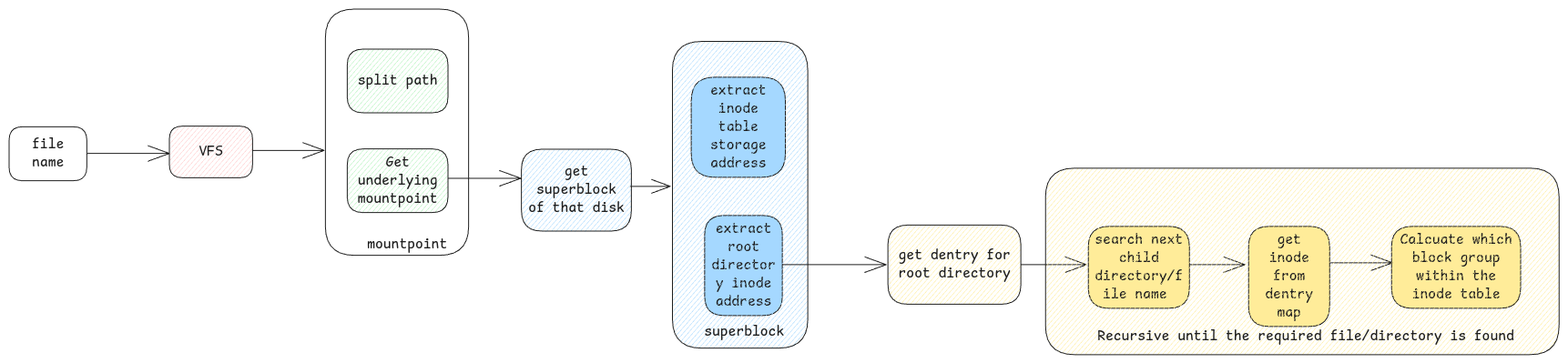
Above: static/img/file-finding-process.excalidraw.png in swaroopar/inprogress-engineer (Excalidraw), before the change. Source tidied: one line per element, renumbered; positions are measured from the earlier drawing's top-left corner, leaving out a move shared by most shapes.
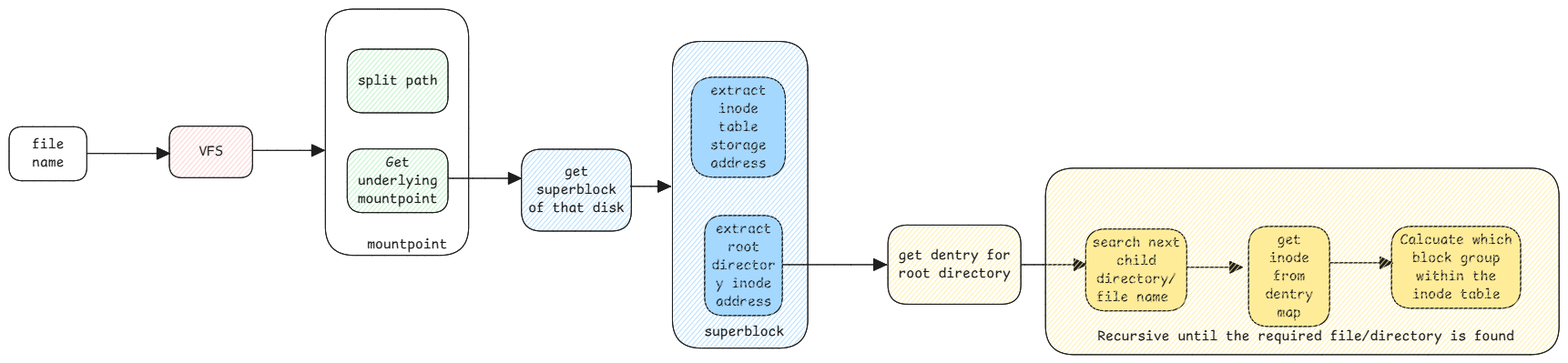
Above is the later version.

The edit, as a diff of the source:
```diff
@@ -1,15 +1,15 @@
 {"id": 0, "type": "rectangle", "strokeColor": "#1e1e1e", "strokeWidth": 1, "roughness": 0, "round": true, "x": 0, "y": 129, "width": 85, "height": 59}
 {"id": 1, "type": "text", "text": "file\nname", "strokeColor": "#1e1e1e", "strokeWidth": 1, "roughness": 1, "fontSize": 16, "fontFamily": 8, "textAlign": "center", "verticalAlign": "middle", "inside": 0, "x": 25, "y": 139, "width": 35, "height": 40}
-{"id": 2, "type": "arrow", "strokeColor": "#1e1e1e", "strokeWidth": 1, "roughness": 0, "endArrowhead": "arrow", "round": true, "x": 85, "y": 159, "width": 91, "height": 0, "points": [[0, 0], [91, 0]]}
+{"id": 2, "type": "arrow", "strokeColor": "#1e1e1e", "strokeWidth": 1, "roughness": 0, "endArrowhead": "triangle", "round": true, "x": 85, "y": 159, "width": 91, "height": 0, "points": [[0, 0], [91, 0]]}
 {"id": 3, "type": "rectangle", "strokeColor": "#1e1e1e", "backgroundColor": "#ffc9c9", "fillStyle": "hachure", "strokeWidth": 1, "roughness": 0, "round": true, "x": 176, "y": 129, "width": 91, "height": 57}
 {"id": 4, "type": "text", "text": "VFS", "strokeColor": "#1e1e1e", "strokeWidth": 1, "roughness": 0, "fontSize": 16, "fontFamily": 8, "textAlign": "center", "verticalAlign": "middle", "inside": 3, "x": 208, "y": 147, "width": 26, "height": 20}
-{"id": 5, "type": "arrow", "strokeColor": "#1e1e1e", "strokeWidth": 1, "roughness": 0, "endArrowhead": "arrow", "round": true, "x": 268, "y": 155, "width": 78, "height": 0, "points": [[0, 0], [78, 0]]}
+{"id": 5, "type": "arrow", "strokeColor": "#1e1e1e", "strokeWidth": 1, "roughness": 0, "endArrowhead": "triangle", "round": true, "x": 268, "y": 155, "width": 78, "height": 0, "points": [[0, 0], [78, 0]]}
 {"id": 6, "type": "rectangle", "strokeColor": "#1e1e1e", "backgroundColor": "#b2f2bb", "fillStyle": "hachure", "strokeWidth": 1, "roughness": 0, "round": true, "x": 371, "y": 44, "width": 111, "height": 70}
 {"id": 7, "type": "text", "text": "split path", "strokeColor": "#1e1e1e", "strokeWidth": 1, "roughness": 0, "fontSize": 16, "fontFamily": 8, "textAlign": "center", "verticalAlign": "middle", "inside": 6, "x": 383, "y": 69, "width": 88, "height": 20}
 {"id": 8, "type": "rectangle", "strokeColor": "#1e1e1e", "backgroundColor": "#b2f2bb", "fillStyle": "hachure", "strokeWidth": 1, "roughness": 0, "round": true, "x": 371, "y": 154, "width": 111, "height": 70}
 {"id": 9, "type": "text", "text": "Get\nunderlying\nmountpoint", "strokeColor": "#1e1e1e", "strokeWidth": 1, "roughness": 0, "fontSize": 16, "fontFamily": 8, "textAlign": "center", "verticalAlign": "middle", "inside": 8, "x": 383, "y": 159, "width": 88, "height": 60}
 {"id": 10, "type": "rectangle", "strokeColor": "#1e1e1e", "strokeWidth": 1, "roughness": 0, "round": true, "x": 347, "y": 0, "width": 157, "height": 271}
-{"id": 11, "type": "arrow", "strokeColor": "#1e1e1e", "strokeWidth": 1, "roughness": 0, "endArrowhead": "arrow", "round": true, "to": 12, "x": 483, "y": 186, "width": 79, "height": 0, "points": [[0, 0], [79, 0]]}
+{"id": 11, "type": "arrow", "strokeColor": "#1e1e1e", "strokeWidth": 1, "roughness": 0, "endArrowhead": "triangle", "round": true, "to": 12, "x": 483, "y": 186, "width": 79, "height": 0, "points": [[0, 0], [79, 0]]}
 {"id": 12, "type": "rectangle", "strokeColor": "#1e1e1e", "backgroundColor": "#a5d8ff", "fillStyle": "hachure", "strokeWidth": 1, "roughness": 0, "round": true, "x": 563, "y": 154, "width": 121, "height": 90}
 {"id": 13, "type": "text", "text": "get\nsuperblock\nof that disk", "strokeColor": "#1e1e1e", "strokeWidth": 1, "roughness": 0, "fontSize": 16, "fontFamily": 8, "textAlign": "center", "verticalAlign": "middle", "inside": 12, "x": 570, "y": 169, "width": 106, "height": 60}
 {"id": 14, "type": "rectangle", "strokeColor": "#1e1e1e", "backgroundColor": "#a5d8ff", "fillStyle": "solid", "strokeWidth": 1, "roughness": 0, "round": true, "x": 749, "y": 75, "width": 103, "height": 110}
@@ -17,20 +17,20 @@
 {"id": 16, "type": "rectangle", "strokeColor": "#1e1e1e", "backgroundColor": "#a5d8ff", "fillStyle": "solid", "strokeWidth": 1, "roughness": 0, "round": true, "x": 764, "y": 227, "width": 85, "height": 110}
 {"id": 17, "type": "text", "text": "extract\nroot\ndirector\ny inode\naddress", "strokeColor": "#1e1e1e", "strokeWidth": 1, "roughness": 0, "fontSize": 16, "fontFamily": 8, "textAlign": "center", "verticalAlign": "middle", "inside": 16, "x": 771, "y": 232, "width": 70, "height": 100}
 {"id": 18, "type": "rectangle", "strokeColor": "#1e1e1e", "backgroundColor": "#a5d8ff", "fillStyle": "hachure", "strokeWidth": 1, "roughness": 0, "round": true, "x": 728, "y": 36, "width": 149, "height": 337}
-{"id": 19, "type": "arrow", "strokeColor": "#1e1e1e", "strokeWidth": 1, "roughness": 0, "endArrowhead": "arrow", "round": true, "x": 849, "y": 281, "width": 114, "height": 0, "points": [[0, 0], [114, 0]]}
+{"id": 19, "type": "arrow", "strokeColor": "#1e1e1e", "strokeWidth": 1, "roughness": 0, "endArrowhead": "triangle", "round": true, "x": 849, "y": 281, "width": 114, "height": 0, "points": [[0, 0], [114, 0]]}
 {"id": 20, "type": "rectangle", "strokeColor": "#1e1e1e", "backgroundColor": "#ffec99", "fillStyle": "solid", "strokeWidth": 1, "roughness": 0, "round": true, "x": 1518, "y": 239, "width": 142, "height": 90}
 {"id": 21, "type": "text", "text": "Calcuate which\nblock group\nwithin the\ninode table", "strokeColor": "#1e1e1e", "strokeWidth": 1, "roughness": 0, "fontSize": 16, "fontFamily": 8, "textAlign": "center", "verticalAlign": "middle", "inside": 20, "x": 1527, "y": 244, "width": 123, "height": 80}
 {"id": 22, "type": "rectangle", "strokeColor": "#1e1e1e", "backgroundColor": "#ffec99", "fillStyle": "hachure", "strokeWidth": 1, "roughness": 0, "round": true, "x": 965, "y": 237, "width": 146, "height": 87}
 {"id": 23, "type": "text", "text": "get dentry for\nroot directory", "strokeColor": "#1e1e1e", "strokeWidth": 1, "roughness": 0, "fontSize": 16, "fontFamily": 8, "textAlign": "center", "verticalAlign": "middle", "inside": 22, "x": 977, "y": 261, "width": 123, "height": 40}
-{"id": 24, "type": "arrow", "strokeColor": "#1e1e1e", "strokeWidth": 1, "roughness": 0, "endArrowhead": "arrow", "round": true, "x": 1111, "y": 281, "width": 72, "height": 0, "points": [[0, 0], [72, 0]]}
+{"id": 24, "type": "arrow", "strokeColor": "#1e1e1e", "strokeWidth": 1, "roughness": 0, "endArrowhead": "triangle", "round": true, "x": 1111, "y": 281, "width": 72, "height": 0, "points": [[0, 0], [72, 0]]}
-{"id": 25, "type": "rectangle", "strokeColor": "#1e1e1e", "backgroundColor": "#ffec99", "fillStyle": "solid", "strokeWidth": 1, "roughness": 0, "round": true, "x": 1185, "y": 239, "width": 111, "height": 90}
+{"id": 25, "type": "rectangle", "strokeColor": "#1e1e1e", "backgroundColor": "#ffec99", "fillStyle": "solid", "strokeWidth": 1, "roughness": 0, "round": true, "x": 1182, "y": 242, "width": 111, "height": 90}
-{"id": 26, "type": "text", "text": "search next\nchild\ndirectory/f\nile name ", "strokeColor": "#1e1e1e", "strokeWidth": 1, "roughness": 0, "fontSize": 16, "fontFamily": 8, "textAlign": "center", "verticalAlign": "middle", "inside": 25, "x": 1192, "y": 244, "width": 97, "height": 80}
+{"id": 26, "type": "text", "text": "search next\nchild\ndirectory/\nfile name ", "strokeColor": "#1e1e1e", "strokeWidth": 1, "roughness": 0, "fontSize": 16, "fontFamily": 8, "textAlign": "center", "verticalAlign": "middle", "inside": 25, "x": 1189, "y": 247, "width": 97, "height": 80}
-{"id": 27, "type": "arrow", "strokeColor": "#1e1e1e", "backgroundColor": "#ffec99", "fillStyle": "solid", "strokeWidth": 1, "roughness": 0, "endArrowhead": "arrow", "round": true, "x": 1296, "y": 281, "width": 61, "height": 0, "points": [[0, 0], [61, 0]]}
+{"id": 27, "type": "arrow", "strokeColor": "#1e1e1e", "backgroundColor": "#ffec99", "fillStyle": "solid", "strokeWidth": 1, "roughness": 0, "endArrowhead": "triangle", "round": true, "x": 1293, "y": 284, "width": 61, "height": 0, "points": [[0, 0], [61, 0]]}
 {"id": 28, "type": "rectangle", "strokeColor": "#1e1e1e", "backgroundColor": "#ffec99", "fillStyle": "solid", "strokeWidth": 1, "roughness": 0, "round": true, "x": 1361, "y": 239, "width": 89, "height": 110}
 {"id": 29, "type": "text", "text": "get\ninode\nfrom\ndentry\nmap", "strokeColor": "#1e1e1e", "strokeWidth": 1, "roughness": 0, "fontSize": 16, "fontFamily": 8, "textAlign": "center", "verticalAlign": "middle", "inside": 28, "x": 1379, "y": 244, "width": 53, "height": 100}
-{"id": 30, "type": "arrow", "strokeColor": "#1e1e1e", "backgroundColor": "#ffec99", "fillStyle": "solid", "strokeWidth": 1, "roughness": 0, "endArrowhead": "arrow", "round": true, "x": 1451, "y": 279, "width": 68, "height": 0, "points": [[0, 0], [68, 0]]}
+{"id": 30, "type": "arrow", "strokeColor": "#1e1e1e", "backgroundColor": "#ffec99", "fillStyle": "solid", "strokeWidth": 1, "roughness": 0, "endArrowhead": "triangle", "round": true, "x": 1451, "y": 279, "width": 68, "height": 0, "points": [[0, 0], [68, 0]]}
 {"id": 31, "type": "rectangle", "strokeColor": "#1e1e1e", "backgroundColor": "#ffec99", "fillStyle": "hachure", "strokeWidth": 1, "roughness": 0, "round": true, "x": 1138, "y": 175, "width": 564, "height": 205}
 {"id": 32, "type": "text", "text": "Recursive until the required file/directory is found", "strokeColor": "#1e1e1e", "strokeWidth": 1, "roughness": 0, "fontSize": 16, "fontFamily": 8, "x": 1195, "y": 350, "width": 458, "height": 20}
 {"id": 33, "type": "text", "text": "mountpoint", "strokeColor": "#1e1e1e", "strokeWidth": 1, "roughness": 0, "fontSize": 16, "fontFamily": 8, "x": 393, "y": 249, "width": 88, "height": 20}
 {"id": 34, "type": "text", "text": "superblock", "strokeColor": "#1e1e1e", "strokeWidth": 1, "roughness": 0, "fontSize": 16, "fontFamily": 8, "x": 763, "y": 345, "width": 88, "height": 20}
-{"id": 35, "type": "arrow", "strokeColor": "#1e1e1e", "backgroundColor": "#a5d8ff", "fillStyle": "solid", "strokeWidth": 1, "roughness": 0, "endArrowhead": "arrow", "round": true, "x": 682, "y": 195, "width": 44, "height": 0, "points": [[0, 0], [44, 0]]}
+{"id": 35, "type": "arrow", "strokeColor": "#1e1e1e", "backgroundColor": "#a5d8ff", "fillStyle": "solid", "strokeWidth": 1, "roughness": 0, "endArrowhead": "triangle", "round": true, "x": 682, "y": 195, "width": 44, "height": 0, "points": [[0, 0], [44, 0]]}
```
